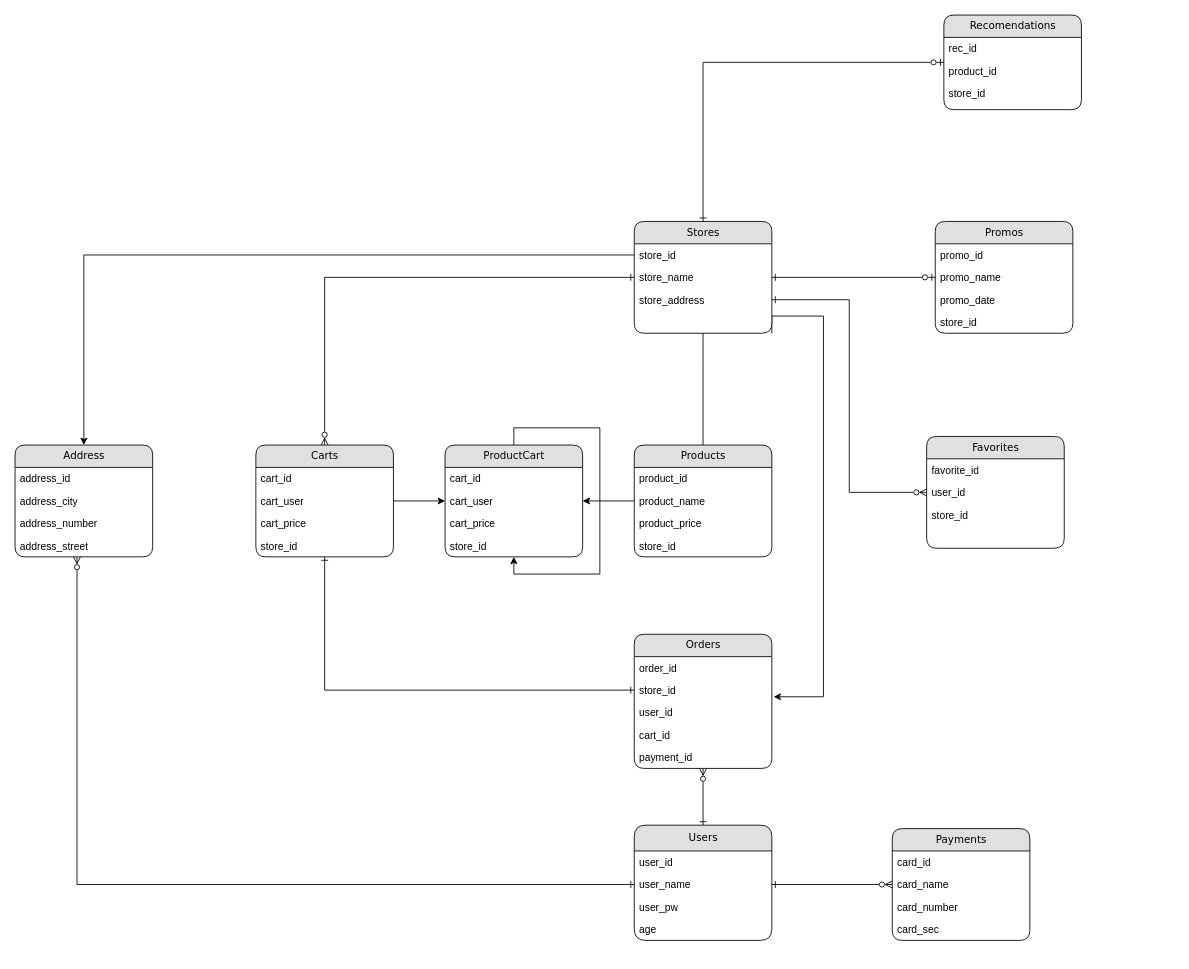
This is DatabaseModel/Model.drawio from babislz/FoodSpace, a draw.io file, before an edit. Source tidied: cells renumbered, new cells numbered last; positions are measured from the earlier drawing's top-left corner, leaving out a move shared by most shapes. Both pictures are drawn from the tidied source at 86%, with x=0, y=0 at pixel (15, 15).
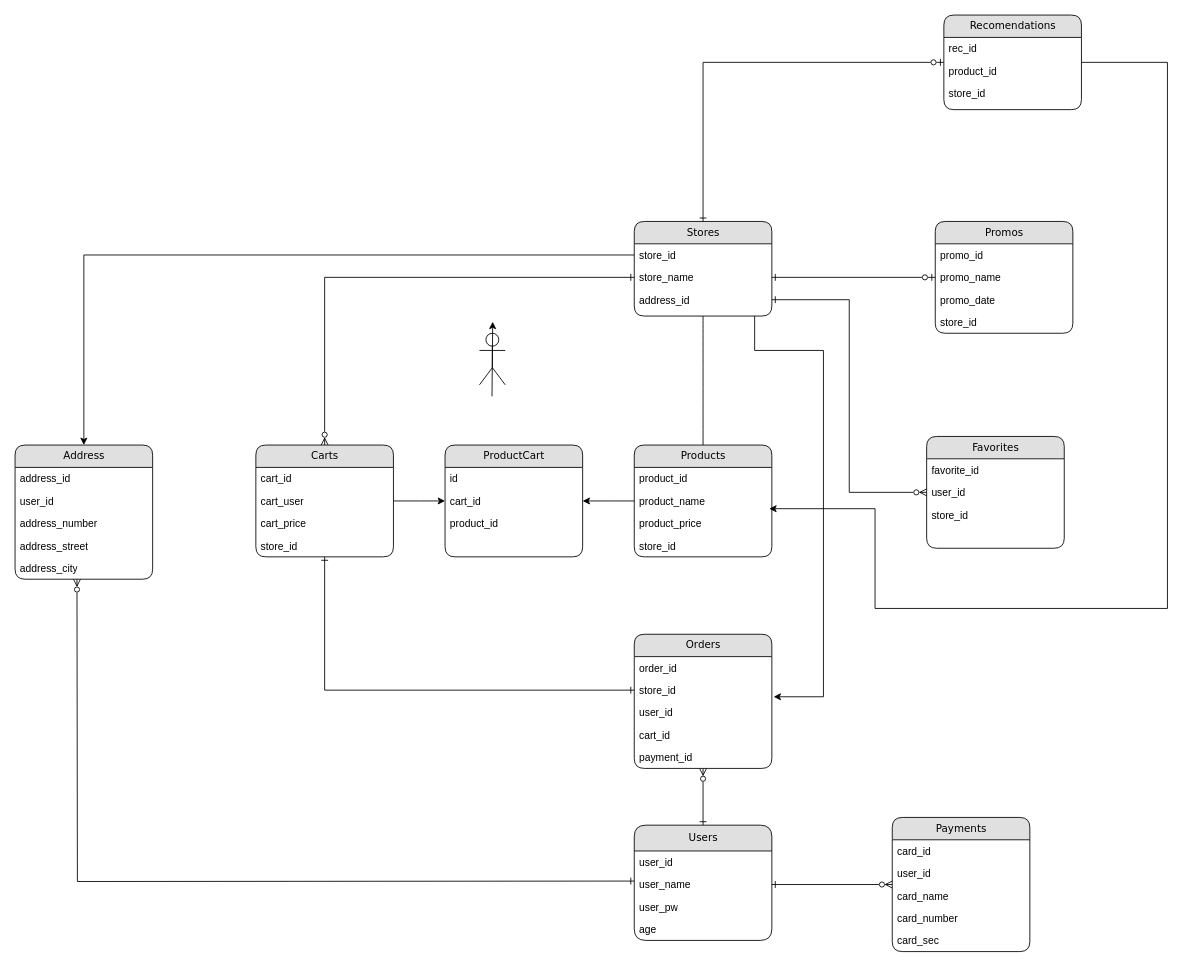
Above is the later version.

The change refers to these unchanged cells:
```xml
<mxCell id="5" value="user_name" style="text;html=1;strokeColor=none;fillColor=none;spacingLeft=4;spacingRight=4;whiteSpace=wrap;overflow=hidden;points=[[0,0.5],[1,0.5]];portConstraint=eastwest;" parent="3" vertex="1">
  <mxGeometry y="56" width="160" height="26" as="geometry" />
</mxCell>
<mxCell id="18" value="address_street" style="text;html=1;strokeColor=none;fillColor=none;spacingLeft=4;spacingRight=4;whiteSpace=wrap;overflow=hidden;points=[[0,0.5],[1,0.5]];portConstraint=eastwest;" parent="14" vertex="1">
  <mxGeometry y="104" width="160" height="26" as="geometry" />
</mxCell>
<mxCell id="26" value="product_name" style="text;html=1;strokeColor=none;fillColor=none;spacingLeft=4;spacingRight=4;whiteSpace=wrap;overflow=hidden;points=[[0,0.5],[1,0.5]];portConstraint=eastwest;" parent="24" vertex="1">
  <mxGeometry y="52" width="160" height="26" as="geometry" />
</mxCell>
<mxCell id="27" value="product_price" style="text;html=1;strokeColor=none;fillColor=none;spacingLeft=4;spacingRight=4;whiteSpace=wrap;overflow=hidden;points=[[0,0.5],[1,0.5]];portConstraint=eastwest;" parent="24" vertex="1">
  <mxGeometry y="78" width="160" height="26" as="geometry" />
</mxCell>
<mxCell id="31" value="cart_user" style="text;html=1;strokeColor=none;fillColor=none;spacingLeft=4;spacingRight=4;whiteSpace=wrap;overflow=hidden;points=[[0,0.5],[1,0.5]];portConstraint=eastwest;" parent="29" vertex="1">
  <mxGeometry y="52" width="160" height="26" as="geometry" />
</mxCell>
<mxCell id="37" value="user_id" style="text;html=1;strokeColor=none;fillColor=none;spacingLeft=4;spacingRight=4;whiteSpace=wrap;overflow=hidden;points=[[0,0.5],[1,0.5]];portConstraint=eastwest;" parent="34" vertex="1">
  <mxGeometry y="78" width="160" height="26" as="geometry" />
</mxCell>
<mxCell id="45" value="Recomendations" style="swimlane;html=1;fontStyle=0;horizontal=1;startSize=26;fillColor=#e0e0e0;swimlaneFillColor=#ffffff;align=center;rounded=1;shadow=0;comic=0;labelBackgroundColor=none;strokeWidth=1;fontFamily=Verdana;fontSize=12;" parent="1" vertex="1">
  <mxGeometry x="1080" width="160" height="110" as="geometry" />
</mxCell>
<mxCell id="55" value="ProductCart" style="swimlane;html=1;fontStyle=0;horizontal=1;startSize=26;fillColor=#e0e0e0;swimlaneFillColor=#ffffff;align=center;rounded=1;shadow=0;comic=0;labelBackgroundColor=none;strokeWidth=1;fontFamily=Verdana;fontSize=12;" parent="1" vertex="1">
  <mxGeometry x="500" y="500" width="160" height="130" as="geometry" />
</mxCell>
```

Change to the diagram source:
```diff
@@
-    <mxCell id="9" style="edgeStyle=orthogonalEdgeStyle;rounded=0;jettySize=auto;html=1;exitX=1;exitY=1;exitDx=0;exitDy=0;entryX=1.013;entryY=-0.204;entryDx=0;entryDy=0;entryPerimeter=0;" parent="1" edge="1" source="10" target="37">
+    <mxCell id="9" style="edgeStyle=orthogonalEdgeStyle;rounded=0;jettySize=auto;html=1;entryX=1.013;entryY=-0.204;entryDx=0;entryDy=0;entryPerimeter=0;" parent="1" edge="1" target="37">
       <mxGeometry relative="1" as="geometry">
+        <mxPoint x="860" y="350" as="sourcePoint" />
         <Array as="points">
-          <mxPoint x="880" y="350" />
-          <mxPoint x="940" y="350" />
+          <mxPoint x="860" y="390" />
+          <mxPoint x="940" y="390" />
           <mxPoint x="940" y="793" />
         </Array>
       </mxGeometry>
     </mxCell>
     <mxCell id="10" value="Stores" style="swimlane;html=1;fontStyle=0;horizontal=1;startSize=26;fillColor=#e0e0e0;swimlaneFillColor=#ffffff;align=center;rounded=1;shadow=0;comic=0;labelBackgroundColor=none;strokeWidth=1;fontFamily=Verdana;fontSize=12;" parent="1" vertex="1">
-      <mxGeometry x="720" y="240" width="160" height="130" as="geometry" />
+      <mxGeometry x="720" y="240" width="160" height="110" as="geometry" />
     </mxCell>
@@
-    <mxCell id="13" value="store_address" style="text;html=1;strokeColor=none;fillColor=none;spacingLeft=4;spacingRight=4;whiteSpace=wrap;overflow=hidden;points=[[0,0.5],[1,0.5]];portConstraint=eastwest;" parent="10" vertex="1">
+    <mxCell id="13" value="address_id" style="text;html=1;strokeColor=none;fillColor=none;spacingLeft=4;spacingRight=4;whiteSpace=wrap;overflow=hidden;points=[[0,0.5],[1,0.5]];portConstraint=eastwest;" parent="10" vertex="1">
       <mxGeometry y="78" width="160" height="26" as="geometry" />
     </mxCell>
     <mxCell id="14" value="&lt;div&gt;Address&lt;/div&gt;" style="swimlane;html=1;fontStyle=0;horizontal=1;startSize=26;fillColor=#e0e0e0;swimlaneFillColor=#ffffff;align=center;rounded=1;shadow=0;comic=0;labelBackgroundColor=none;strokeWidth=1;fontFamily=Verdana;fontSize=12;" parent="1" vertex="1">
-      <mxGeometry y="500" width="160" height="130" as="geometry" />
+      <mxGeometry y="500" width="160" height="156" as="geometry" />
     </mxCell>
@@
-    <mxCell id="16" value="address_city" style="text;html=1;strokeColor=none;fillColor=none;spacingLeft=4;spacingRight=4;whiteSpace=wrap;overflow=hidden;" parent="14" vertex="1">
+    <mxCell id="16" value="user_id" style="text;html=1;strokeColor=none;fillColor=none;spacingLeft=4;spacingRight=4;whiteSpace=wrap;overflow=hidden;" parent="14" vertex="1">
       <mxGeometry y="52" width="160" height="26" as="geometry" />
     </mxCell>
@@
+    <mxCell id="69" value="address_city" style="text;html=1;strokeColor=none;fillColor=none;spacingLeft=4;spacingRight=4;whiteSpace=wrap;overflow=hidden;" parent="14" vertex="1">
+      <mxGeometry y="130" width="160" height="26" as="geometry" />
+    </mxCell>
     <mxCell id="19" value="&lt;div&gt;Payments&lt;/div&gt;" style="swimlane;html=1;fontStyle=0;horizontal=1;startSize=26;fillColor=#e0e0e0;swimlaneFillColor=#ffffff;align=center;rounded=1;shadow=0;comic=0;labelBackgroundColor=none;strokeWidth=1;fontFamily=Verdana;fontSize=12;" parent="1" vertex="1">
-      <mxGeometry x="1020" y="946" width="160" height="130" as="geometry" />
+      <mxGeometry x="1020" y="933" width="160" height="156" as="geometry" />
     </mxCell>
@@
+    <mxCell id="70" value="user_id" style="text;html=1;strokeColor=none;fillColor=none;spacingLeft=4;spacingRight=4;whiteSpace=wrap;overflow=hidden;" parent="19" vertex="1">
+      <mxGeometry y="52" width="160" height="26" as="geometry" />
+    </mxCell>
     <mxCell id="21" value="card_name" style="text;html=1;strokeColor=none;fillColor=none;spacingLeft=4;spacingRight=4;whiteSpace=wrap;overflow=hidden;" parent="19" vertex="1">
-      <mxGeometry y="52" width="160" height="26" as="geometry" />
+      <mxGeometry y="78" width="160" height="26" as="geometry" />
     </mxCell>
     <mxCell id="22" value="card_number" style="text;html=1;strokeColor=none;fillColor=none;spacingLeft=4;spacingRight=4;whiteSpace=wrap;overflow=hidden;" parent="19" vertex="1">
-      <mxGeometry y="78" width="160" height="26" as="geometry" />
+      <mxGeometry y="104" width="160" height="26" as="geometry" />
     </mxCell>
     <mxCell id="23" value="card_sec" style="text;html=1;strokeColor=none;fillColor=none;spacingLeft=4;spacingRight=4;whiteSpace=wrap;overflow=hidden;" parent="19" vertex="1">
-      <mxGeometry y="104" width="160" height="26" as="geometry" />
+      <mxGeometry y="130" width="160" height="26" as="geometry" />
     </mxCell>
@@
+    <mxCell id="71" value="id&lt;div&gt;&lt;br&gt;&lt;/div&gt;" style="text;html=1;strokeColor=none;fillColor=none;spacingLeft=4;spacingRight=4;whiteSpace=wrap;overflow=hidden;" parent="55" vertex="1">
+      <mxGeometry y="26" width="160" height="26" as="geometry" />
+    </mxCell>
     <mxCell id="56" value="cart_id" style="text;html=1;strokeColor=none;fillColor=none;spacingLeft=4;spacingRight=4;whiteSpace=wrap;overflow=hidden;" parent="55" vertex="1">
-      <mxGeometry y="26" width="160" height="26" as="geometry" />
+      <mxGeometry y="52" width="160" height="26" as="geometry" />
     </mxCell>
-    <mxCell id="57" value="cart_user" style="text;html=1;strokeColor=none;fillColor=none;spacingLeft=4;spacingRight=4;whiteSpace=wrap;overflow=hidden;points=[[0,0.5],[1,0.5]];portConstraint=eastwest;" parent="55" vertex="1">
-      <mxGeometry y="52" width="160" height="26" as="geometry" />
-    </mxCell>
-    <mxCell id="58" value="cart_price" style="text;html=1;strokeColor=none;fillColor=none;spacingLeft=4;spacingRight=4;whiteSpace=wrap;overflow=hidden;" parent="55" vertex="1">
+    <mxCell id="58" value="product_id" style="text;html=1;strokeColor=none;fillColor=none;spacingLeft=4;spacingRight=4;whiteSpace=wrap;overflow=hidden;" parent="55" vertex="1">
       <mxGeometry y="78" width="160" height="26" as="geometry" />
     </mxCell>
-    <mxCell id="59" value="store_id" style="text;html=1;strokeColor=none;fillColor=none;spacingLeft=4;spacingRight=4;whiteSpace=wrap;overflow=hidden;" parent="55" vertex="1">
-      <mxGeometry y="104" width="160" height="26" as="geometry" />
-    </mxCell>
-    <mxCell id="60" style="edgeStyle=orthogonalEdgeStyle;rounded=0;jettySize=auto;html=1;exitX=0;exitY=0.5;exitDx=0;exitDy=0;entryX=1;entryY=0.5;entryDx=0;entryDy=0;" parent="1" edge="1" source="26" target="57">
-      <mxGeometry relative="1" as="geometry" />
+    <mxCell id="60" style="edgeStyle=orthogonalEdgeStyle;rounded=0;jettySize=auto;html=1;exitX=0;exitY=0.5;exitDx=0;exitDy=0;entryX=1;entryY=0.5;entryDx=0;entryDy=0;" parent="1" edge="1" source="26">
+      <mxGeometry relative="1" as="geometry">
+        <mxPoint x="660" y="565" as="targetPoint" />
+      </mxGeometry>
     </mxCell>
-    <mxCell id="61" style="edgeStyle=orthogonalEdgeStyle;rounded=0;jettySize=auto;html=1;exitX=1;exitY=0.5;exitDx=0;exitDy=0;entryX=0;entryY=0.5;entryDx=0;entryDy=0;" parent="1" edge="1" source="31" target="57">
-      <mxGeometry relative="1" as="geometry" />
+    <mxCell id="61" style="edgeStyle=orthogonalEdgeStyle;rounded=0;jettySize=auto;html=1;exitX=1;exitY=0.5;exitDx=0;exitDy=0;entryX=0;entryY=0.5;entryDx=0;entryDy=0;" parent="1" edge="1" source="31">
+      <mxGeometry relative="1" as="geometry">
+        <mxPoint x="500" y="565" as="targetPoint" />
+      </mxGeometry>
     </mxCell>
@@
-    <mxCell id="63" style="edgeStyle=orthogonalEdgeStyle;rounded=0;jettySize=auto;html=1;entryX=0.45;entryY=1;entryDx=0;entryDy=0;entryPerimeter=0;endArrow=ERzeroToMany;endFill=0;startArrow=ERone;startFill=0;" parent="1" edge="1" source="5" target="18">
-      <mxGeometry relative="1" as="geometry" />
+    <mxCell id="63" style="edgeStyle=orthogonalEdgeStyle;rounded=0;orthogonalLoop=1;jettySize=auto;html=1;endArrow=ERzeroToMany;endFill=0;startArrow=ERone;startFill=0;" parent="1" edge="1">
+      <mxGeometry relative="1" as="geometry">
+        <mxPoint x="720" y="1007" as="sourcePoint" />
+        <mxPoint x="72" y="656" as="targetPoint" />
+      </mxGeometry>
     </mxCell>
@@
-    <mxCell id="68" style="edgeStyle=orthogonalEdgeStyle;rounded=0;orthogonalLoop=1;jettySize=auto;html=1;exitX=0.5;exitY=0;exitDx=0;exitDy=0;" parent="1" edge="1" source="55" target="55">
-      <mxGeometry relative="1" as="geometry" />
-    </mxCell>
+    <mxCell id="72" style="edgeStyle=orthogonalEdgeStyle;rounded=0;jettySize=auto;html=1;entryX=0.981;entryY=-0.154;entryDx=0;entryDy=0;entryPerimeter=0;" parent="1" edge="1" source="45" target="27">
+      <mxGeometry relative="1" as="geometry">
+        <Array as="points">
+          <mxPoint x="1340" y="55" />
+          <mxPoint x="1340" y="690" />
+          <mxPoint x="1000" y="690" />
+          <mxPoint x="1000" y="574" />
+        </Array>
+      </mxGeometry>
+    </mxCell>
+    <mxCell id="73" style="shape=umlActor;verticalLabelPosition=bottom;verticalAlign=top;html=1;" parent="1" vertex="1">
+      <mxGeometry x="540" y="370" width="30" height="60" as="geometry" />
+    </mxCell>
+    <mxCell id="74" style="endArrow=classic;html=1;rounded=0;exitX=0.183;exitY=-0.025;exitDx=0;exitDy=0;exitPerimeter=0;" parent="1" edge="1">
+      <mxGeometry relative="1" as="geometry">
+        <mxPoint x="554.6" y="443.4" as="sourcePoint" />
+        <mxPoint x="555.4" y="356.6" as="targetPoint" />
+      </mxGeometry>
+    </mxCell>
```
